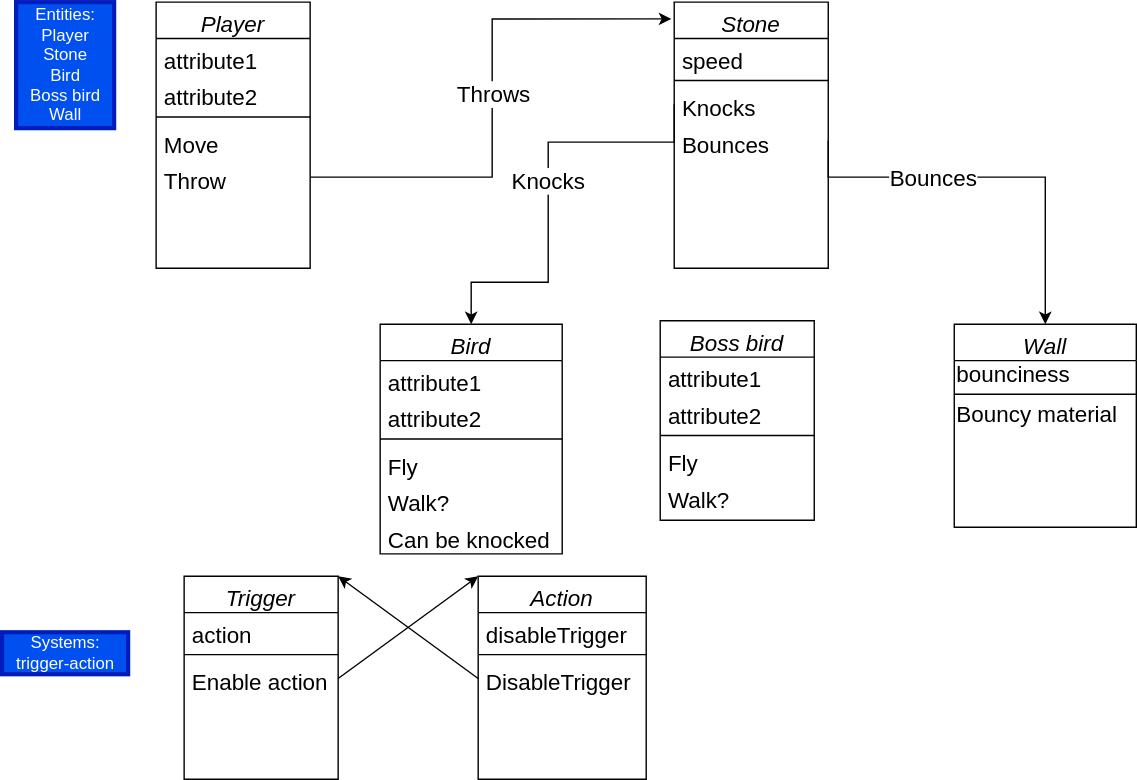
DesseyCodes/The-Kidnapping-of-the-Damsel keeps this draw.io diagram as EntitiesAndSystems.drawio.svg. Above is the earlier version. Source tidied: cells renumbered, new cells last; positions are measured from the earlier drawing's top-left corner, leaving out a move shared by most shapes.
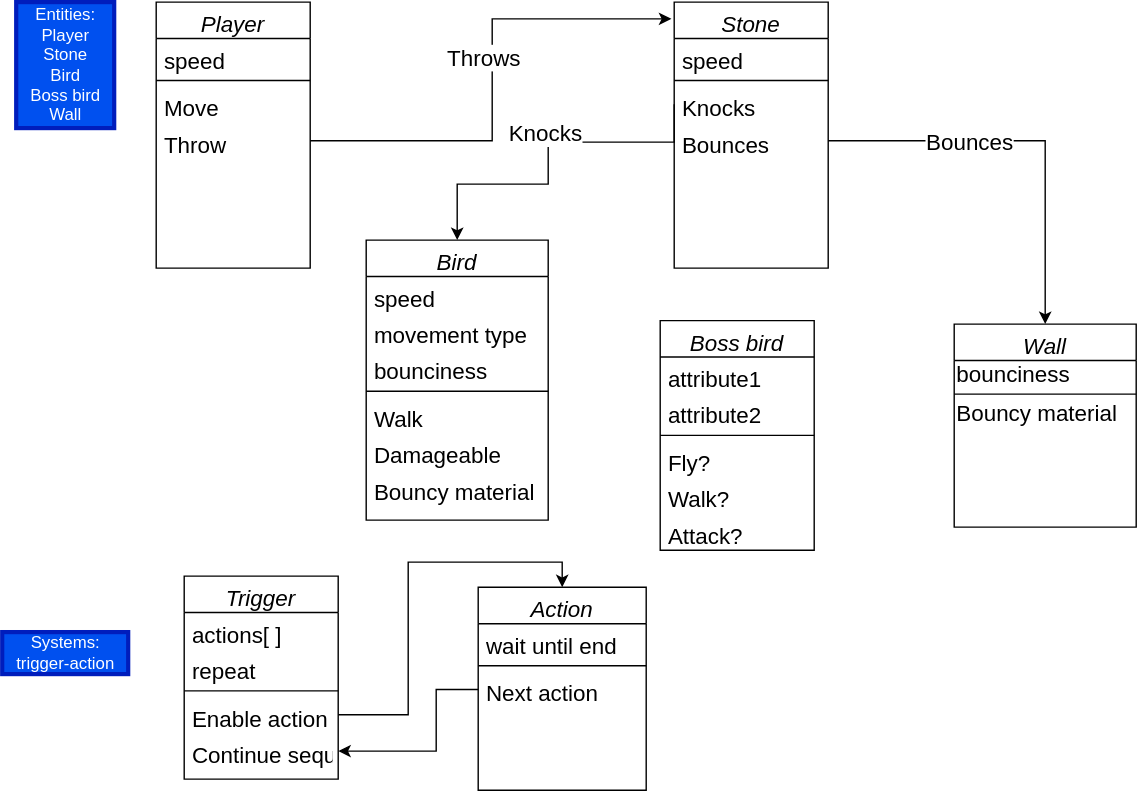
The same diagram one commit later.

Diff of the diagram source:
```diff
@@ -5,20 +5,17 @@
     <mxCell id="2" value="Player" style="swimlane;fontStyle=2;align=center;verticalAlign=top;horizontal=1;startSize=26;rounded=0;shadow=0;strokeWidth=1;fontSize=16;" parent="1" vertex="1">
       <mxGeometry x="110" width="110" height="190" as="geometry" />
     </mxCell>
-    <mxCell id="3" value="attribute1" style="text;align=left;verticalAlign=top;spacingLeft=4;spacingRight=4;overflow=hidden;fontSize=16;" parent="2" vertex="1">
+    <mxCell id="3" value="speed" style="text;align=left;verticalAlign=top;spacingLeft=4;spacingRight=4;overflow=hidden;fontSize=16;" parent="2" vertex="1">
       <mxGeometry y="26" width="110" height="26" as="geometry" />
     </mxCell>
-    <mxCell id="4" value="attribute2" style="text;align=left;verticalAlign=top;spacingLeft=4;spacingRight=4;overflow=hidden;fontSize=16;" parent="2" vertex="1">
-      <mxGeometry y="52" width="110" height="26" as="geometry" />
-    </mxCell>
     <mxCell id="5" style="line;html=1;strokeWidth=1;align=left;verticalAlign=middle;spacingTop=-1;spacingLeft=3;spacingRight=3;labelPosition=right;" parent="2" vertex="1">
-      <mxGeometry y="78" width="110" height="8" as="geometry" />
+      <mxGeometry y="52" width="110" height="8" as="geometry" />
     </mxCell>
     <mxCell id="6" value="Move" style="text;align=left;verticalAlign=top;spacingLeft=4;spacingRight=4;overflow=hidden;fontSize=16;" parent="2" vertex="1">
-      <mxGeometry y="86" width="110" height="26" as="geometry" />
+      <mxGeometry y="60" width="110" height="26" as="geometry" />
     </mxCell>
     <mxCell id="7" value="Throw" style="text;align=left;verticalAlign=top;spacingLeft=4;spacingRight=4;overflow=hidden;points=[[0,0.5],[1,0.5]];portConstraint=eastwest;fontSize=16;" parent="2" vertex="1">
-      <mxGeometry y="112" width="110" height="26" as="geometry" />
+      <mxGeometry y="86" width="110" height="26" as="geometry" />
     </mxCell>
     <mxCell id="8" value="Stone" style="swimlane;fontStyle=2;align=center;verticalAlign=top;horizontal=1;startSize=26;rounded=0;shadow=0;strokeWidth=1;fontSize=16;" parent="1" vertex="1">
       <mxGeometry x="480" width="110" height="190" as="geometry" />
@@ -36,26 +33,29 @@
       <mxGeometry y="86" width="110" height="26" as="geometry" />
     </mxCell>
     <mxCell id="13" value="Bird" style="swimlane;fontStyle=2;align=center;verticalAlign=top;horizontal=1;startSize=26;rounded=0;shadow=0;strokeWidth=1;fontSize=16;" parent="1" vertex="1">
-      <mxGeometry x="270" y="230" width="130" height="164" as="geometry" />
+      <mxGeometry x="260" y="170" width="130" height="200" as="geometry" />
     </mxCell>
-    <mxCell id="14" value="attribute1" style="text;align=left;verticalAlign=top;spacingLeft=4;spacingRight=4;overflow=hidden;fontSize=16;" parent="13" vertex="1">
+    <mxCell id="14" value="speed" style="text;align=left;verticalAlign=top;spacingLeft=4;spacingRight=4;overflow=hidden;fontSize=16;" parent="13" vertex="1">
       <mxGeometry y="26" width="130" height="26" as="geometry" />
     </mxCell>
+    <mxCell id="48" value="movement type" style="text;align=left;verticalAlign=top;spacingLeft=4;spacingRight=4;overflow=hidden;fontSize=16;" parent="13" vertex="1">
+      <mxGeometry y="52" width="130" height="26" as="geometry" />
+    </mxCell>
-    <mxCell id="15" value="attribute2" style="text;align=left;verticalAlign=top;spacingLeft=4;spacingRight=4;overflow=hidden;fontSize=16;" parent="13" vertex="1">
-      <mxGeometry y="52" width="130" height="26" as="geometry" />
+    <mxCell id="15" value="bounciness" style="text;align=left;verticalAlign=top;spacingLeft=4;spacingRight=4;overflow=hidden;fontSize=16;" parent="13" vertex="1">
+      <mxGeometry y="78" width="130" height="26" as="geometry" />
     </mxCell>
     <mxCell id="16" style="line;html=1;strokeWidth=1;align=left;verticalAlign=middle;spacingTop=-1;spacingLeft=3;spacingRight=3;labelPosition=right;" parent="13" vertex="1">
-      <mxGeometry y="78" width="130" height="8" as="geometry" />
+      <mxGeometry y="104" width="130" height="8" as="geometry" />
     </mxCell>
-    <mxCell id="17" value="Fly&#10;" style="text;align=left;verticalAlign=top;spacingLeft=4;spacingRight=4;overflow=hidden;fontSize=16;" parent="13" vertex="1">
-      <mxGeometry y="86" width="130" height="26" as="geometry" />
+    <mxCell id="17" value="Walk&#10;&#10;" style="text;align=left;verticalAlign=top;spacingLeft=4;spacingRight=4;overflow=hidden;fontSize=16;" parent="13" vertex="1">
+      <mxGeometry y="112" width="130" height="26" as="geometry" />
     </mxCell>
-    <mxCell id="18" value="Walk?" style="text;align=left;verticalAlign=top;spacingLeft=4;spacingRight=4;overflow=hidden;fontSize=16;" parent="13" vertex="1">
-      <mxGeometry y="112" width="130" height="26" as="geometry" />
+    <mxCell id="18" value="Damageable" style="text;align=left;verticalAlign=top;spacingLeft=4;spacingRight=4;overflow=hidden;fontSize=16;" parent="13" vertex="1">
+      <mxGeometry y="138" width="130" height="26" as="geometry" />
     </mxCell>
-    <mxCell id="19" value="Can be knocked" style="text;align=left;verticalAlign=top;spacingLeft=4;spacingRight=4;overflow=hidden;fontSize=16;" parent="13" vertex="1">
-      <mxGeometry y="138" width="130" height="26" as="geometry" />
-    </mxCell>
+    <mxCell id="49" value="Bouncy material" style="text;align=left;verticalAlign=top;spacingLeft=4;spacingRight=4;overflow=hidden;fontSize=16;" parent="13" vertex="1">
+      <mxGeometry y="164" width="130" height="26" as="geometry" />
+    </mxCell>
     <mxCell id="20" style="edgeStyle=orthogonalEdgeStyle;rounded=0;jettySize=auto;html=1;entryX=-0.018;entryY=0.063;entryDx=0;entryDy=0;entryPerimeter=0;fontSize=16;exitX=1;exitY=0.5;exitDx=0;exitDy=0;" parent="1" edge="1" source="7" target="8">
       <mxGeometry relative="1" as="geometry" />
     </mxCell>
@@ -69,8 +69,8 @@
         <Array as="points">
           <mxPoint x="480" y="100" />
           <mxPoint x="390" y="100" />
-          <mxPoint x="390" y="200" />
-          <mxPoint x="335" y="200" />
+          <mxPoint x="390" y="130" />
+          <mxPoint x="325" y="130" />
         </Array>
       </mxGeometry>
     </mxCell>
@@ -80,7 +80,7 @@
       </mxGeometry>
     </mxCell>
     <mxCell id="24" value="Boss bird" style="swimlane;fontStyle=2;align=center;verticalAlign=top;horizontal=1;startSize=26;rounded=0;shadow=0;strokeWidth=1;fontSize=16;" parent="1" vertex="1">
-      <mxGeometry x="470" y="227.5" width="110" height="142.5" as="geometry" />
+      <mxGeometry x="470" y="227.5" width="110" height="164" as="geometry" />
     </mxCell>
     <mxCell id="25" value="attribute1" style="text;align=left;verticalAlign=top;spacingLeft=4;spacingRight=4;overflow=hidden;fontSize=16;" parent="24" vertex="1">
       <mxGeometry y="26" width="110" height="26" as="geometry" />
@@ -91,12 +91,15 @@
     <mxCell id="27" style="line;html=1;strokeWidth=1;align=left;verticalAlign=middle;spacingTop=-1;spacingLeft=3;spacingRight=3;labelPosition=right;" parent="24" vertex="1">
       <mxGeometry y="78" width="110" height="8" as="geometry" />
     </mxCell>
-    <mxCell id="28" value="Fly&#10;" style="text;align=left;verticalAlign=top;spacingLeft=4;spacingRight=4;overflow=hidden;fontSize=16;" parent="24" vertex="1">
+    <mxCell id="28" value="Fly?&#10;" style="text;align=left;verticalAlign=top;spacingLeft=4;spacingRight=4;overflow=hidden;fontSize=16;" parent="24" vertex="1">
       <mxGeometry y="86" width="110" height="26" as="geometry" />
     </mxCell>
     <mxCell id="29" value="Walk?" style="text;align=left;verticalAlign=top;spacingLeft=4;spacingRight=4;overflow=hidden;fontSize=16;" parent="24" vertex="1">
       <mxGeometry y="112" width="110" height="26" as="geometry" />
     </mxCell>
+    <mxCell id="50" value="Attack?" style="text;align=left;verticalAlign=top;spacingLeft=4;spacingRight=4;overflow=hidden;fontSize=16;" parent="24" vertex="1">
+      <mxGeometry y="138" width="110" height="26" as="geometry" />
+    </mxCell>
     <mxCell id="30" value="Wall" style="swimlane;fontStyle=2;align=center;verticalAlign=top;horizontal=1;startSize=26;rounded=0;shadow=0;strokeWidth=1;fontSize=16;" parent="1" vertex="1">
       <mxGeometry x="680" y="230" width="130" height="145" as="geometry" />
     </mxCell>
@@ -118,39 +121,52 @@
     <mxCell id="36" value="Trigger" style="swimlane;fontStyle=2;align=center;verticalAlign=top;horizontal=1;startSize=26;rounded=0;shadow=0;strokeWidth=1;fontSize=16;" parent="1" vertex="1">
       <mxGeometry x="130" y="410" width="110" height="145" as="geometry" />
     </mxCell>
-    <mxCell id="37" value="action" style="text;align=left;verticalAlign=top;spacingLeft=4;spacingRight=4;overflow=hidden;fontSize=16;" parent="36" vertex="1">
+    <mxCell id="37" value="actions[ ]" style="text;align=left;verticalAlign=top;spacingLeft=4;spacingRight=4;overflow=hidden;fontSize=16;" parent="36" vertex="1">
       <mxGeometry y="26" width="110" height="26" as="geometry" />
     </mxCell>
+    <mxCell id="51" value="repeat" style="text;align=left;verticalAlign=top;spacingLeft=4;spacingRight=4;overflow=hidden;fontSize=16;" parent="36" vertex="1">
+      <mxGeometry y="52" width="110" height="26" as="geometry" />
+    </mxCell>
     <mxCell id="38" style="line;html=1;strokeWidth=1;align=left;verticalAlign=middle;spacingTop=-1;spacingLeft=3;spacingRight=3;labelPosition=right;" parent="36" vertex="1">
-      <mxGeometry y="52" width="110" height="8" as="geometry" />
+      <mxGeometry y="78" width="110" height="8" as="geometry" />
     </mxCell>
     <mxCell id="39" value="Enable action" style="text;align=left;verticalAlign=top;spacingLeft=4;spacingRight=4;overflow=hidden;points=[[0,0.5],[1,0.5]];portConstraint=eastwest;fontSize=16;" parent="36" vertex="1">
-      <mxGeometry y="60" width="110" height="26" as="geometry" />
+      <mxGeometry y="86" width="110" height="26" as="geometry" />
     </mxCell>
+    <mxCell id="52" value="Continue sequence" style="text;align=left;verticalAlign=top;spacingLeft=4;spacingRight=4;overflow=hidden;points=[[0,0.5],[1,0.5]];portConstraint=eastwest;fontSize=16;" parent="36" vertex="1">
+      <mxGeometry y="112" width="110" height="26" as="geometry" />
+    </mxCell>
     <mxCell id="40" value="Action" style="swimlane;fontStyle=2;align=center;verticalAlign=top;horizontal=1;startSize=26;rounded=0;shadow=0;strokeWidth=1;fontSize=16;" parent="1" vertex="1">
-      <mxGeometry x="340" y="410" width="120" height="145" as="geometry" />
+      <mxGeometry x="340" y="418" width="120" height="145" as="geometry" />
     </mxCell>
-    <mxCell id="41" value="disableTrigger" style="text;align=left;verticalAlign=top;spacingLeft=4;spacingRight=4;overflow=hidden;fontSize=16;" parent="40" vertex="1">
+    <mxCell id="41" value="wait until end" style="text;align=left;verticalAlign=top;spacingLeft=4;spacingRight=4;overflow=hidden;fontSize=16;" parent="40" vertex="1">
       <mxGeometry y="26" width="120" height="26" as="geometry" />
     </mxCell>
     <mxCell id="42" style="line;html=1;strokeWidth=1;align=left;verticalAlign=middle;spacingTop=-1;spacingLeft=3;spacingRight=3;labelPosition=right;" parent="40" vertex="1">
       <mxGeometry y="52" width="120" height="8" as="geometry" />
     </mxCell>
-    <mxCell id="43" value="DisableTrigger" style="text;align=left;verticalAlign=top;spacingLeft=4;spacingRight=4;overflow=hidden;points=[[0,0.5],[1,0.5]];portConstraint=eastwest;fontSize=16;" parent="40" vertex="1">
+    <mxCell id="43" value="Next action" style="text;align=left;verticalAlign=top;spacingLeft=4;spacingRight=4;overflow=hidden;points=[[0,0.5],[1,0.5]];portConstraint=eastwest;fontSize=16;" parent="40" vertex="1">
       <mxGeometry y="60" width="120" height="26" as="geometry" />
     </mxCell>
-    <mxCell id="44" style="edgeStyle=none;html=1;exitX=1;exitY=0.5;exitDx=0;exitDy=0;entryX=0;entryY=0;entryDx=0;entryDy=0;fontSize=16;" parent="1" edge="1" source="39" target="40">
-      <mxGeometry relative="1" as="geometry" />
+    <mxCell id="44" style="edgeStyle=orthogonalEdgeStyle;html=1;exitX=1;exitY=0.5;exitDx=0;exitDy=0;entryX=0.5;entryY=0;entryDx=0;entryDy=0;fontSize=16;elbow=vertical;rounded=0;" parent="1" edge="1" source="39" target="40">
+      <mxGeometry relative="1" as="geometry">
+        <Array as="points">
+          <mxPoint x="290" y="509" />
+          <mxPoint x="290" y="400" />
+          <mxPoint x="400" y="400" />
+        </Array>
+      </mxGeometry>
     </mxCell>
-    <mxCell id="45" style="edgeStyle=none;html=1;exitX=0;exitY=0.5;exitDx=0;exitDy=0;entryX=1;entryY=0;entryDx=0;entryDy=0;fontSize=16;" parent="1" edge="1" source="43" target="36">
-      <mxGeometry relative="1" as="geometry" />
+    <mxCell id="45" style="edgeStyle=orthogonalEdgeStyle;html=1;exitX=0;exitY=0.5;exitDx=0;exitDy=0;entryX=1;entryY=0.5;entryDx=0;entryDy=0;fontSize=16;rounded=0;" parent="1" edge="1" source="43" target="52">
+      <mxGeometry relative="1" as="geometry">
+        <Array as="points">
+          <mxPoint x="310" y="491" />
+          <mxPoint x="310" y="535" />
+        </Array>
+      </mxGeometry>
     </mxCell>
     <mxCell id="46" style="edgeStyle=orthogonalEdgeStyle;html=1;exitX=1;exitY=0.5;exitDx=0;exitDy=0;entryX=0.5;entryY=0;entryDx=0;entryDy=0;rounded=0;" parent="1" edge="1" source="12" target="30">
-      <mxGeometry relative="1" as="geometry">
-        <Array as="points">
-          <mxPoint x="745" y="125" />
-        </Array>
-      </mxGeometry>
+      <mxGeometry relative="1" as="geometry" />
     </mxCell>
     <mxCell id="47" value="Bounces" style="edgeLabel;html=1;align=center;verticalAlign=middle;fontSize=16;" parent="46" vertex="1">
       <mxGeometry x="-0.24" y="-4" relative="1" as="geometry">
```
